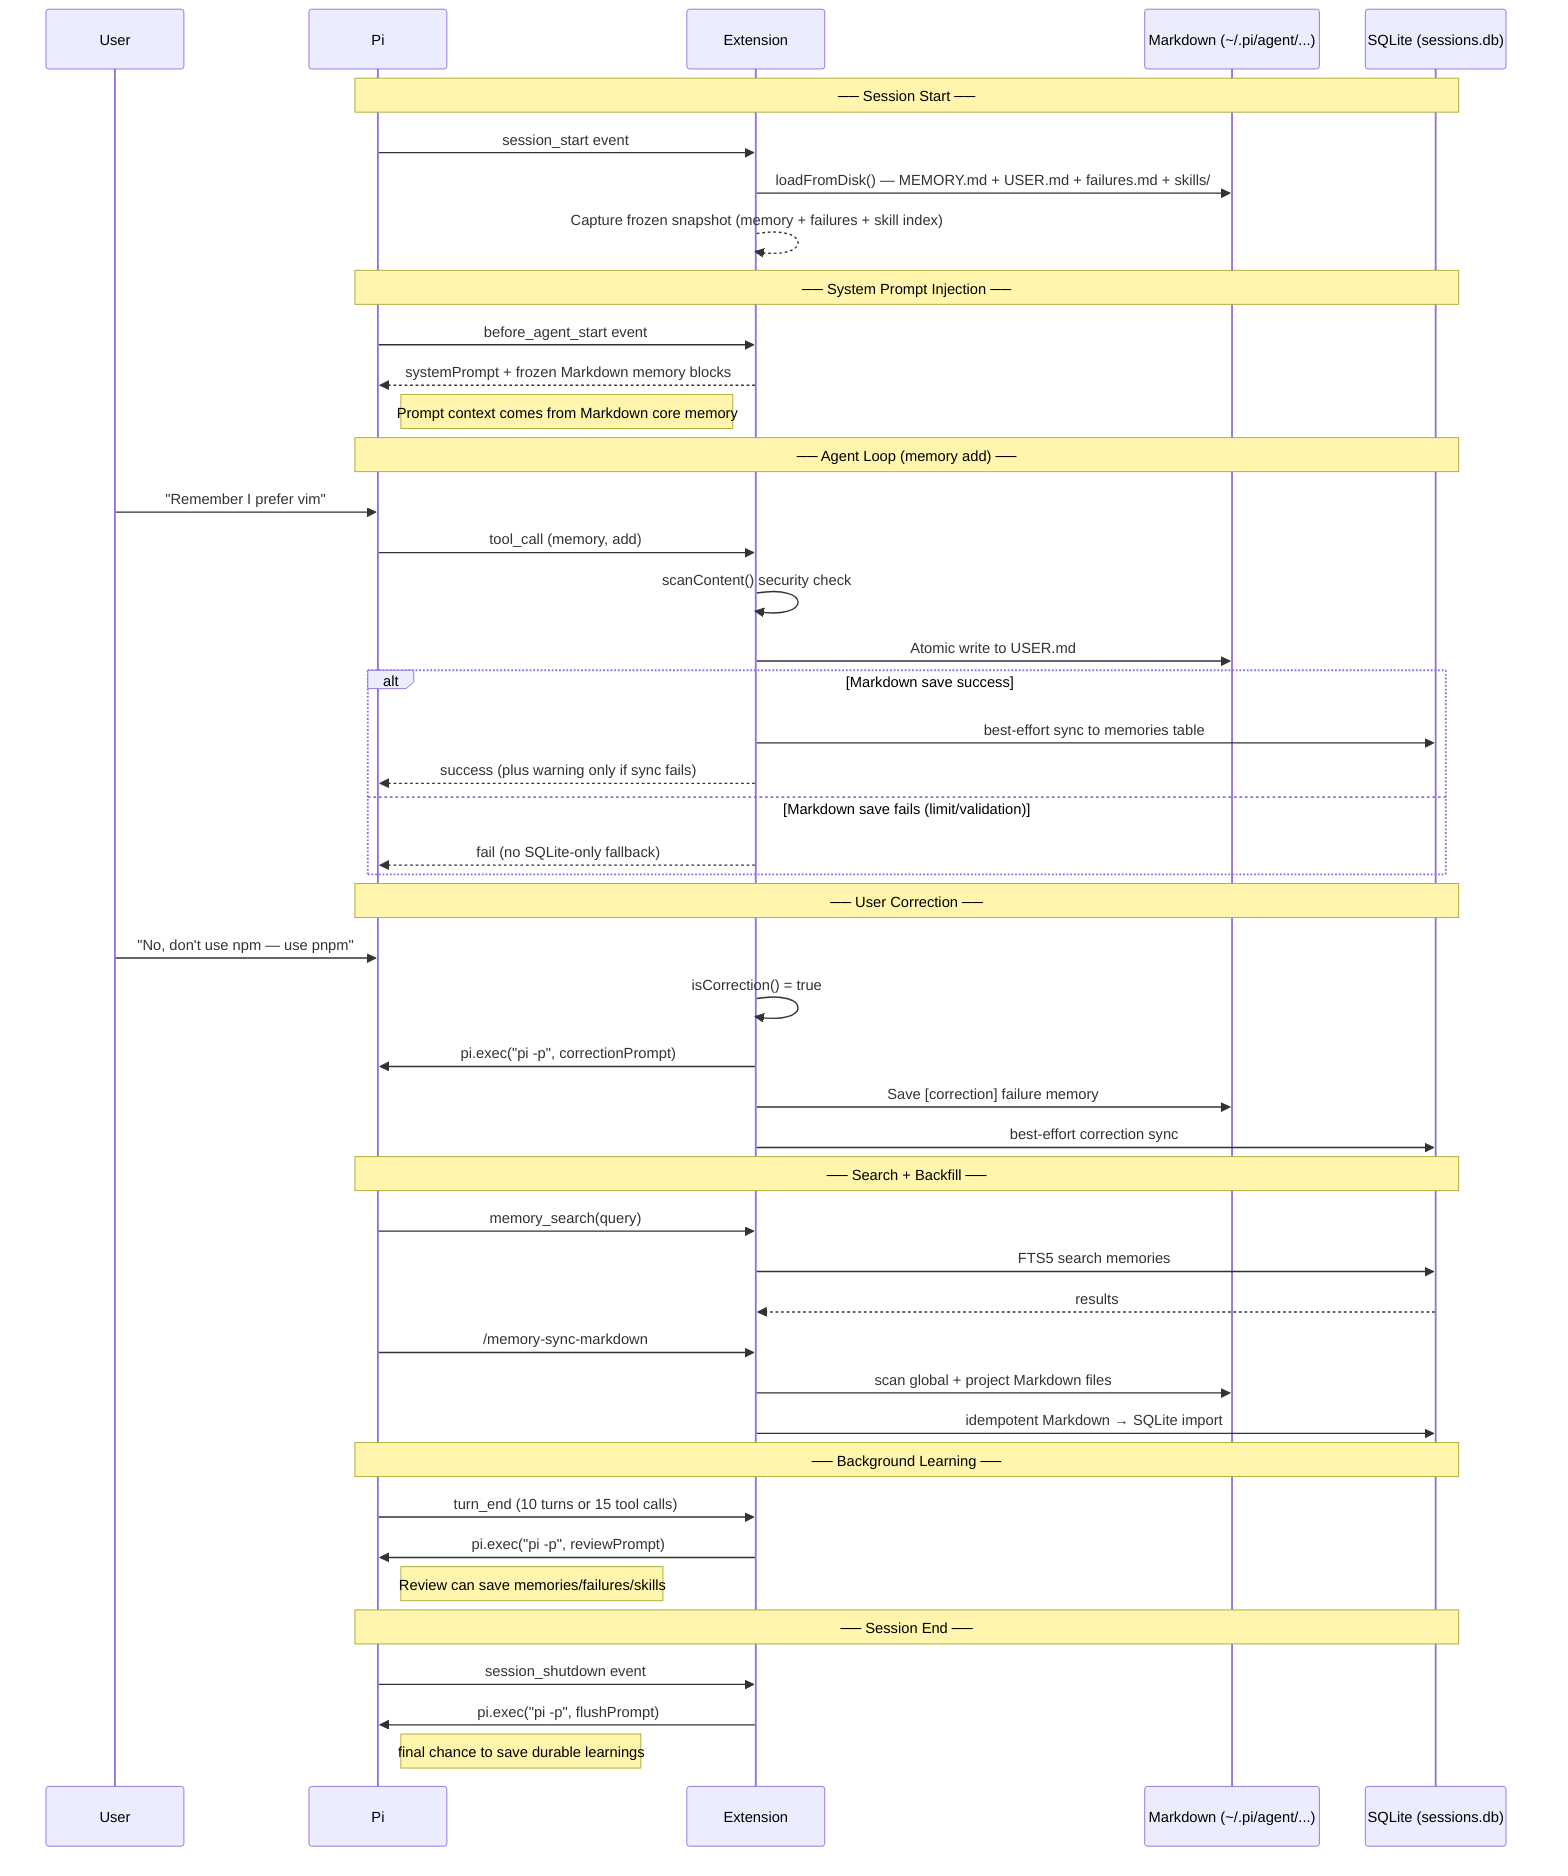
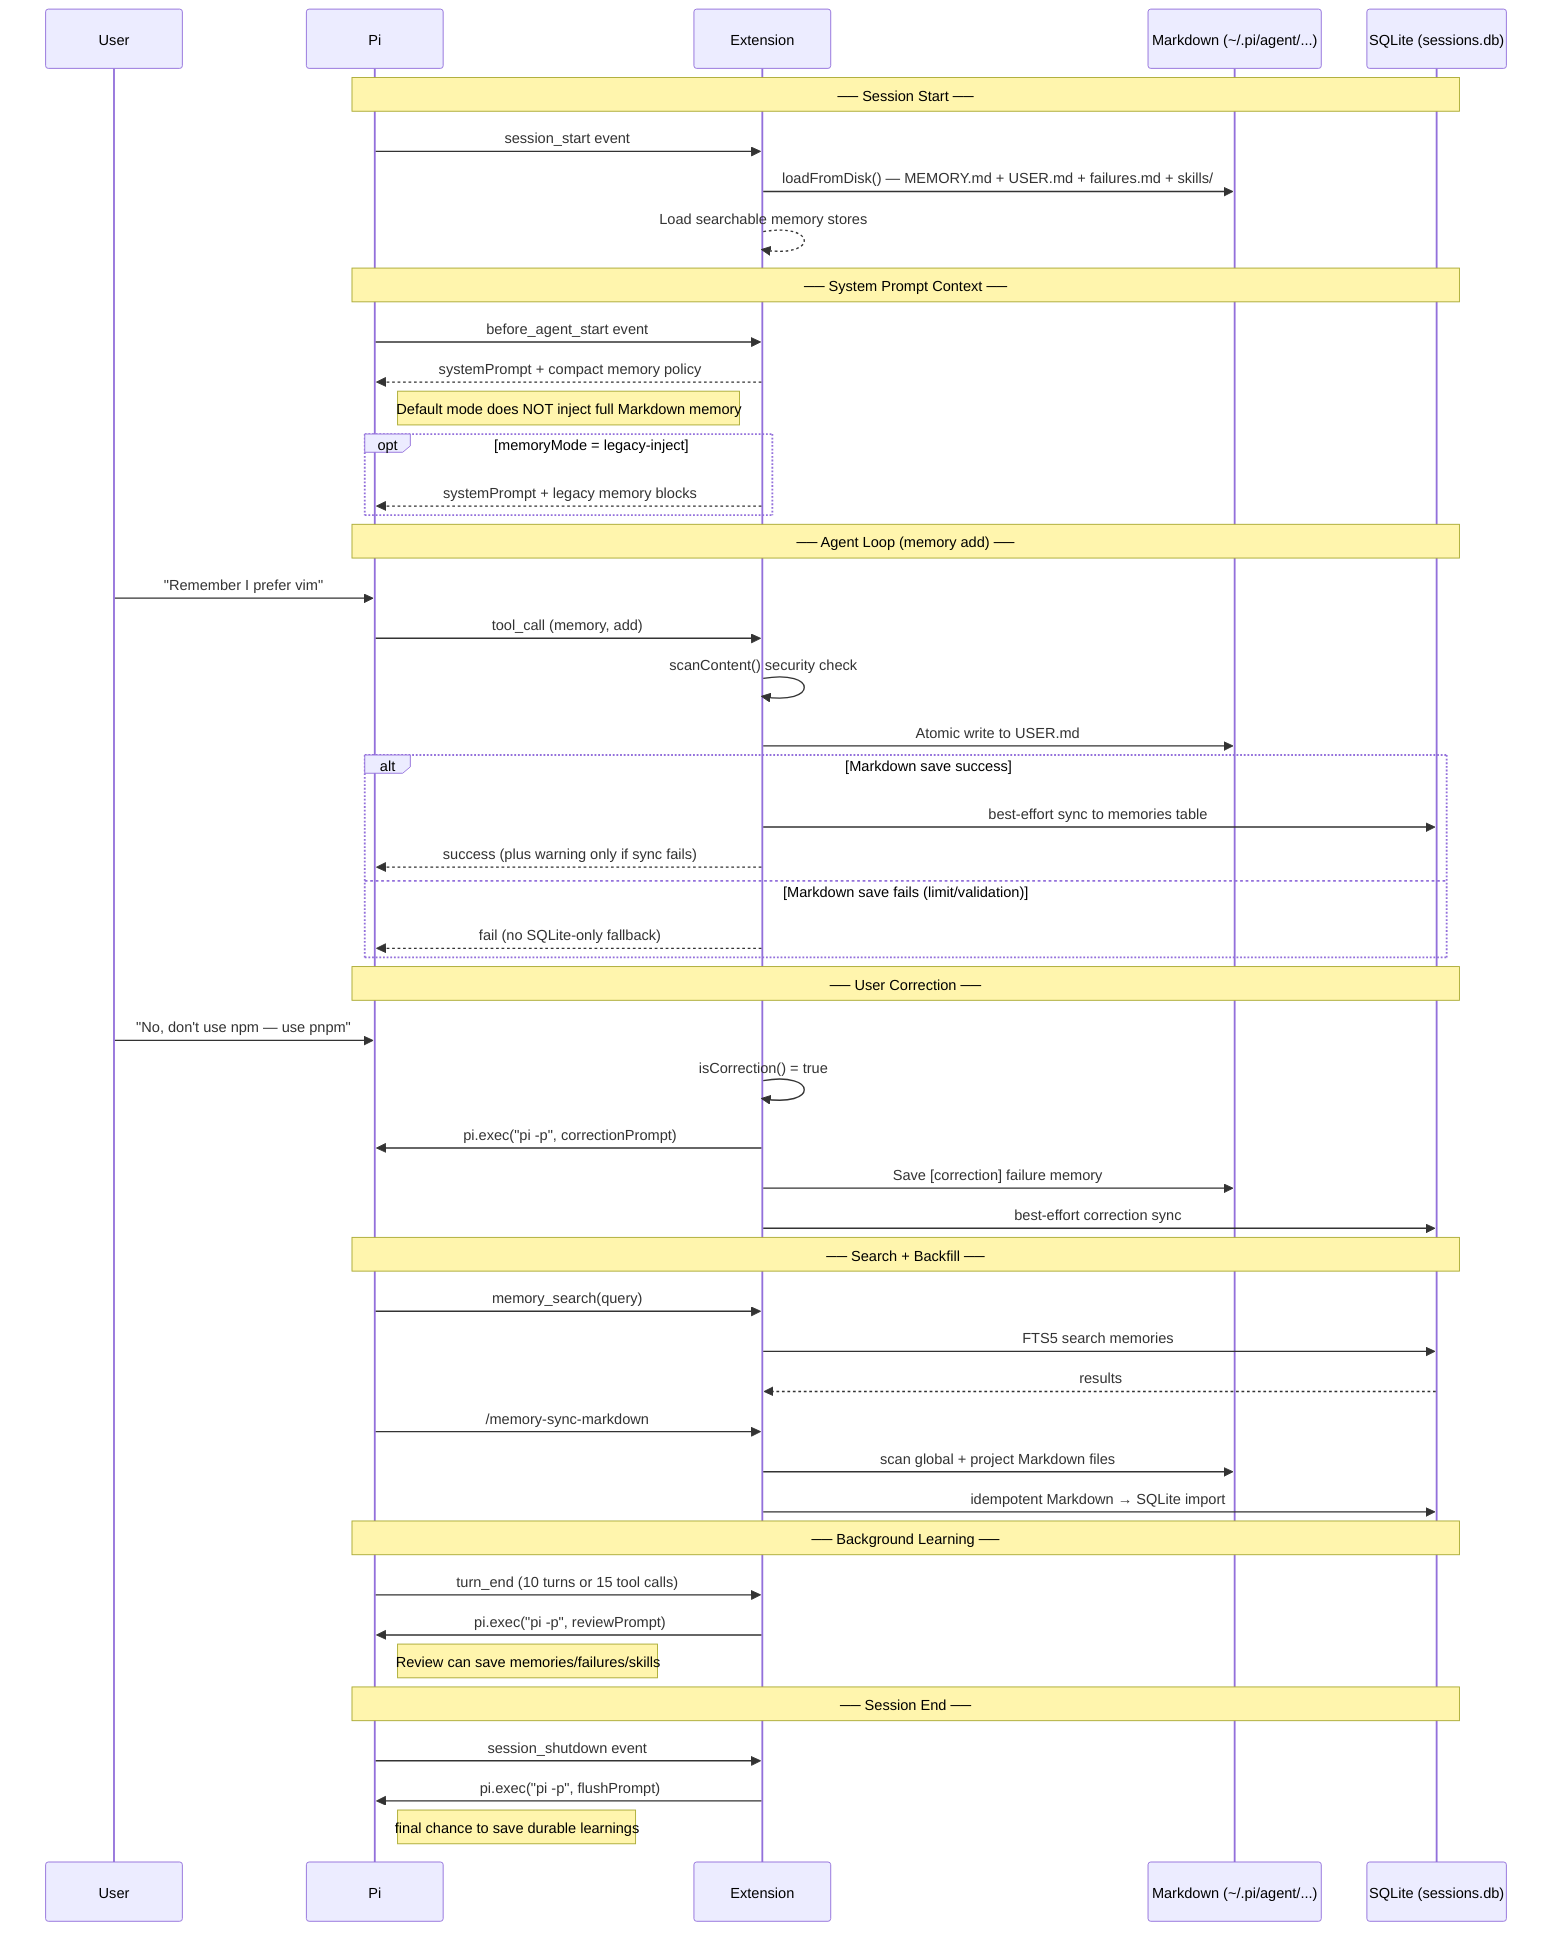
sequenceDiagram
    participant User
    participant Pi
    participant Extension
    participant MD as Markdown (~/.pi/agent/...)
    participant SQL as SQLite (sessions.db)

    Note over Pi,SQL: ── Session Start ──
    Pi->>Extension: session_start event
    Extension->>MD: loadFromDisk() — MEMORY.md + USER.md + failures.md + skills/
-     Extension-->>Extension: Capture frozen snapshot (memory + failures + skill index)
+     Extension-->>Extension: Load searchable memory stores

-     Note over Pi,SQL: ── System Prompt Injection ──
+     Note over Pi,SQL: ── System Prompt Context ──
    Pi->>Extension: before_agent_start event
-     Extension-->>Pi: systemPrompt + frozen Markdown memory blocks
-     Note right of Pi: Prompt context comes from Markdown core memory
+     Extension-->>Pi: systemPrompt + compact memory policy
+     Note right of Pi: Default mode does NOT inject full Markdown memory
+     opt memoryMode = legacy-inject
+         Extension-->>Pi: systemPrompt + legacy memory blocks
+     end

    Note over Pi,SQL: ── Agent Loop (memory add) ──
    User->>Pi: "Remember I prefer vim"
    Pi->>Extension: tool_call (memory, add)
    Extension->>Extension: scanContent() security check
    Extension->>MD: Atomic write to USER.md
    alt Markdown save success
        Extension->>SQL: best-effort sync to memories table
        Extension-->>Pi: success (plus warning only if sync fails)
    else Markdown save fails (limit/validation)
        Extension-->>Pi: fail (no SQLite-only fallback)
    end

    Note over Pi,SQL: ── User Correction ──
    User->>Pi: "No, don't use npm — use pnpm"
    Extension->>Extension: isCorrection() = true
    Extension->>Pi: pi.exec("pi -p", correctionPrompt)
    Extension->>MD: Save [correction] failure memory
    Extension->>SQL: best-effort correction sync

    Note over Pi,SQL: ── Search + Backfill ──
    Pi->>Extension: memory_search(query)
    Extension->>SQL: FTS5 search memories
    SQL-->>Extension: results
    Pi->>Extension: /memory-sync-markdown
    Extension->>MD: scan global + project Markdown files
    Extension->>SQL: idempotent Markdown → SQLite import

    Note over Pi,SQL: ── Background Learning ──
    Pi->>Extension: turn_end (10 turns or 15 tool calls)
    Extension->>Pi: pi.exec("pi -p", reviewPrompt)
    Note right of Pi: Review can save memories/failures/skills

    Note over Pi,SQL: ── Session End ──
    Pi->>Extension: session_shutdown event
    Extension->>Pi: pi.exec("pi -p", flushPrompt)
    Note right of Pi: final chance to save durable learnings
